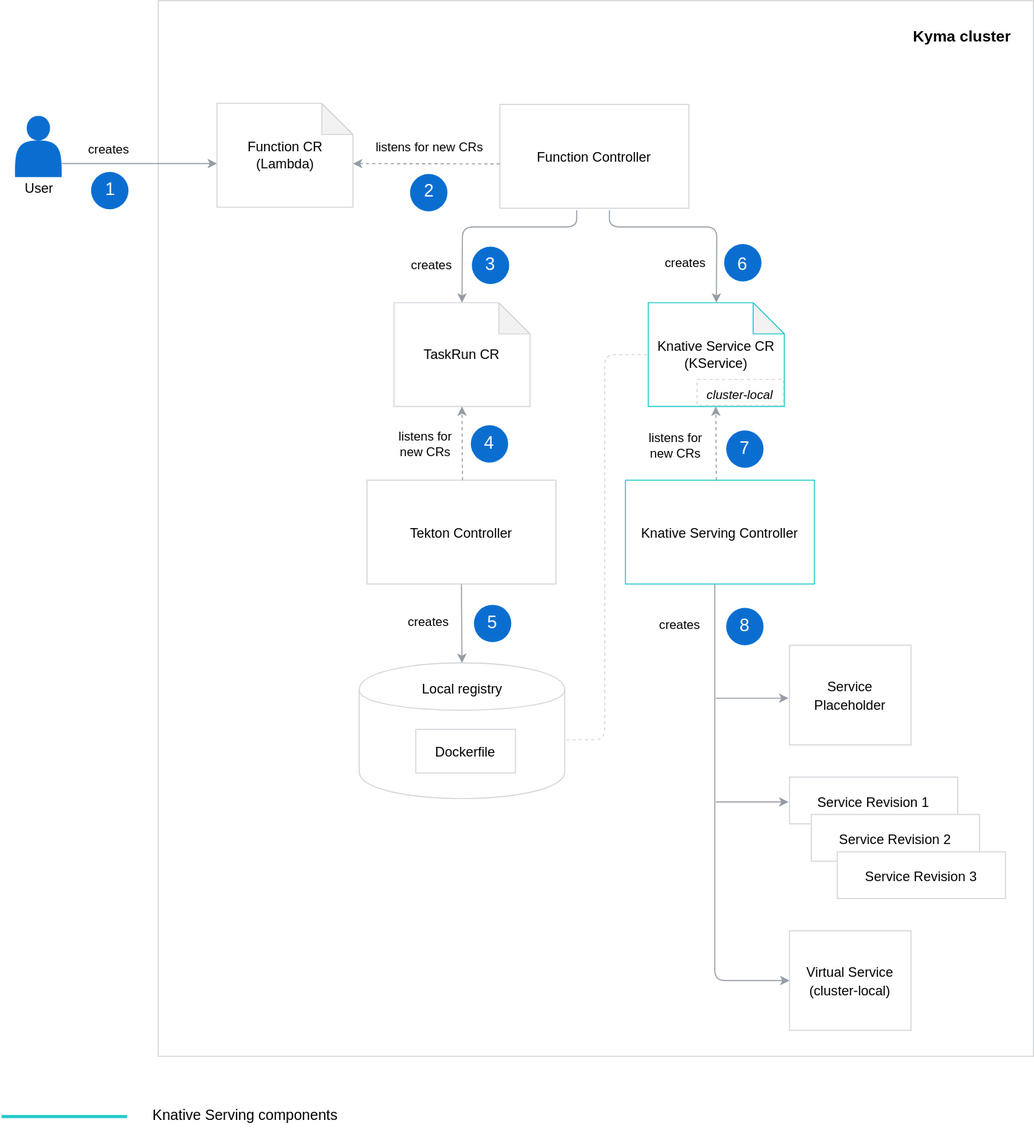
kyma-project/kyma keeps this draw.io diagram as docs/serverless-v2/assets/serverless-v2-architecture.svg. Above is the earlier version. Source tidied: cells renumbered, new cells last; positions are measured from the earlier drawing's top-left corner, leaving out a move shared by most shapes.
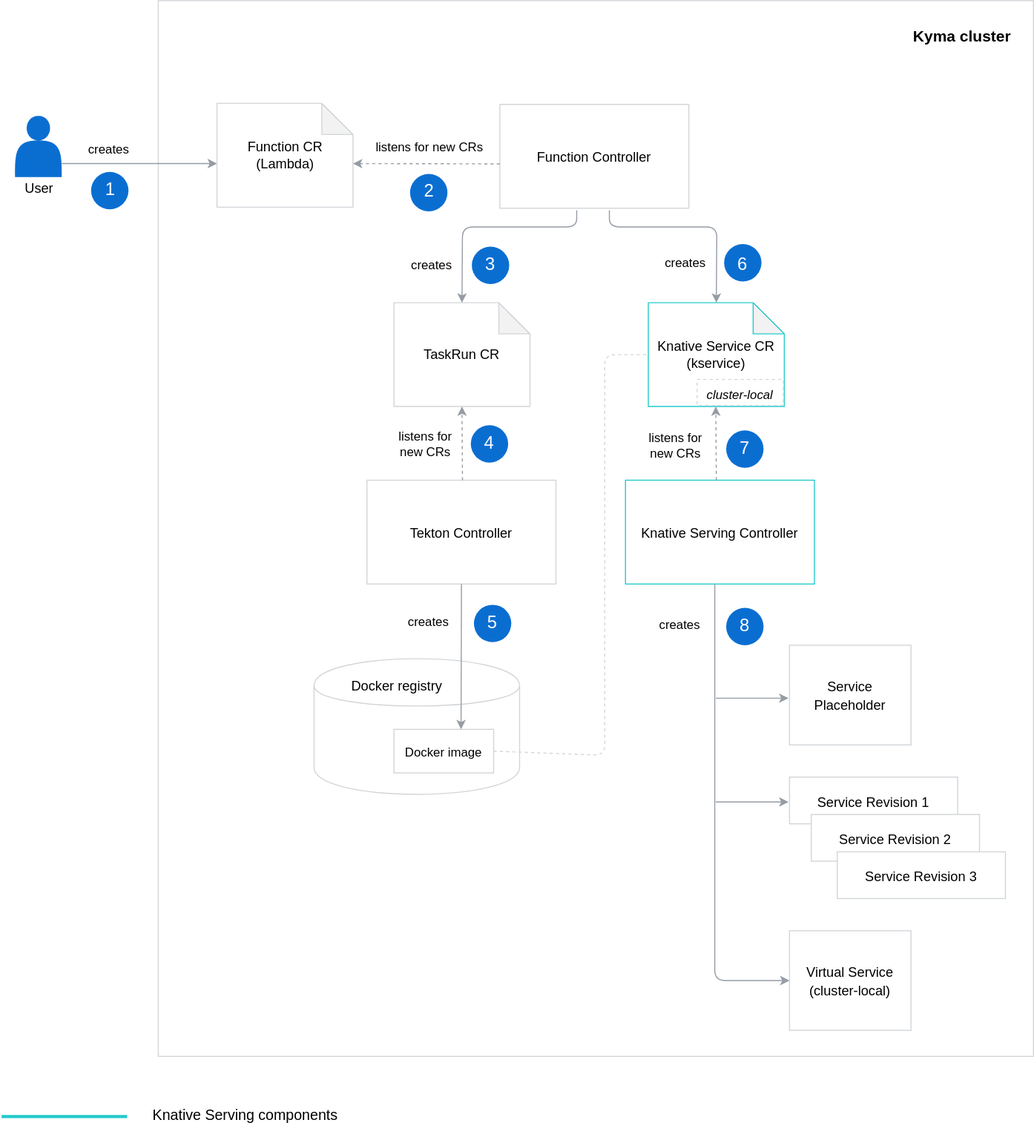
The same file after the commit.

The edit, as a diff of the source:
```diff
@@ -40,7 +40,7 @@
     <mxCell id="12" value="&lt;font style=&quot;font-size: 13px&quot;&gt;TaskRun CR&lt;/font&gt;" style="shape=note;whiteSpace=wrap;html=1;backgroundOutline=1;darkOpacity=0.05;strokeColor=#D2D5D9;" parent="1" vertex="1">
       <mxGeometry x="378" y="291" width="131" height="100" as="geometry" />
     </mxCell>
-    <mxCell id="13" value="&lt;font style=&quot;font-size: 13px&quot;&gt;Knative Service CR&lt;br&gt;(KService)&lt;/font&gt;" style="shape=note;whiteSpace=wrap;html=1;backgroundOutline=1;darkOpacity=0.05;strokeColor=#24CACC;" parent="1" vertex="1">
+    <mxCell id="13" value="&lt;font style=&quot;font-size: 13px&quot;&gt;Knative Service CR&lt;br&gt;(kservice)&lt;/font&gt;" style="shape=note;whiteSpace=wrap;html=1;backgroundOutline=1;darkOpacity=0.05;strokeColor=#24CACC;" parent="1" vertex="1">
       <mxGeometry x="623" y="291" width="131" height="100" as="geometry" />
     </mxCell>
     <mxCell id="14" style="endArrow=classic;html=1;strokeColor=#959CA4;strokeWidth=1;fontFamily=Helvetica;fontSize=15;fontColor=#000000;entryX=0.5;entryY=0;entryDx=0;entryDy=0;entryPerimeter=0;" parent="1" edge="1" target="12">
@@ -56,13 +56,13 @@
       <mxGeometry x="352" y="462" width="182" height="100" as="geometry" />
     </mxCell>
     <mxCell id="16" style="shape=cylinder;whiteSpace=wrap;html=1;boundedLbl=1;backgroundOutline=1;strokeColor=#D2D5D9;" parent="1" vertex="1">
-      <mxGeometry x="344.5" y="638" width="198" height="130.6" as="geometry" />
+      <mxGeometry x="301" y="634" width="198" height="130.6" as="geometry" />
     </mxCell>
-    <mxCell id="17" value="&lt;font style=&quot;font-size: 13px&quot;&gt;Dockerfile&lt;br&gt;&lt;/font&gt;" style="rounded=0;whiteSpace=wrap;html=1;labelBackgroundColor=none;strokeColor=#D2D5D9;strokeWidth=1;fillColor=#FFFFFF;gradientColor=none;fontFamily=Helvetica;fontSize=15;fontColor=#000000;" parent="1" vertex="1">
-      <mxGeometry x="399" y="702" width="96" height="42" as="geometry" />
+    <mxCell id="17" value="&lt;font&gt;&lt;font style=&quot;font-size: 12px&quot;&gt;Docker image&lt;/font&gt;&lt;br&gt;&lt;/font&gt;" style="rounded=0;whiteSpace=wrap;html=1;labelBackgroundColor=none;strokeColor=#D2D5D9;strokeWidth=1;fillColor=#FFFFFF;gradientColor=none;fontFamily=Helvetica;fontSize=15;fontColor=#000000;" parent="1" vertex="1">
+      <mxGeometry x="378" y="702" width="96" height="42" as="geometry" />
     </mxCell>
-    <mxCell id="18" value="&lt;font style=&quot;font-size: 13px&quot;&gt;Local registry&lt;/font&gt;" style="text;html=1;strokeColor=none;fillColor=none;align=center;verticalAlign=middle;whiteSpace=wrap;rounded=0;" parent="1" vertex="1">
-      <mxGeometry x="401" y="653" width="86" height="20" as="geometry" />
+    <mxCell id="18" value="&lt;font style=&quot;font-size: 13px&quot;&gt;Docker registry&lt;/font&gt;" style="text;html=1;strokeColor=none;fillColor=none;align=center;verticalAlign=middle;whiteSpace=wrap;rounded=0;" parent="1" vertex="1">
+      <mxGeometry x="332" y="650" width="97.5" height="20" as="geometry" />
     </mxCell>
     <mxCell id="19" value="&lt;font style=&quot;font-size: 13px&quot;&gt;Knative Serving Controller&lt;br&gt;&lt;/font&gt;" style="rounded=0;whiteSpace=wrap;html=1;labelBackgroundColor=none;strokeColor=#24CACC;strokeWidth=1;fillColor=#FFFFFF;gradientColor=none;fontFamily=Helvetica;fontSize=15;fontColor=#000000;" parent="1" vertex="1">
       <mxGeometry x="601" y="462" width="182" height="100" as="geometry" />
@@ -72,7 +72,7 @@
         <mxPoint x="444" y="462" as="sourcePoint" />
       </mxGeometry>
     </mxCell>
-    <mxCell id="21" style="endArrow=classic;html=1;strokeColor=#959CA4;strokeWidth=1;fontFamily=Helvetica;fontSize=15;fontColor=#000000;entryX=0.5;entryY=0;entryDx=0;entryDy=0;exitX=0.5;exitY=1;exitDx=0;exitDy=0;" parent="1" edge="1" source="15" target="16">
+    <mxCell id="21" style="endArrow=classic;html=1;strokeColor=#959CA4;strokeWidth=1;fontFamily=Helvetica;fontSize=15;fontColor=#000000;entryX=0.673;entryY=-0.002;entryDx=0;entryDy=0;exitX=0.5;exitY=1;exitDx=0;exitDy=0;entryPerimeter=0;" parent="1" edge="1" source="15" target="17">
       <mxGeometry relative="1" as="geometry" />
     </mxCell>
     <mxCell id="22" style="endArrow=classic;html=1;strokeColor=#959CA4;strokeWidth=1;fontFamily=Helvetica;fontSize=15;fontColor=#000000;entryX=0.5;entryY=1;entryDx=0;entryDy=0;entryPerimeter=0;dashed=1;" parent="1" edge="1">
@@ -128,11 +128,10 @@
     <mxCell id="34" style="ellipse;whiteSpace=wrap;html=1;labelBackgroundColor=none;strokeColor=none;strokeWidth=1;fillColor=#0A6ED1;gradientColor=none;fontFamily=Helvetica;fontSize=15;fontColor=#000000;" parent="1" vertex="1">
       <mxGeometry x="696" y="234.5" width="36" height="36" as="geometry" />
     </mxCell>
-    <mxCell id="35" style="endArrow=none;dashed=1;html=1;entryX=0;entryY=0.5;entryDx=0;entryDy=0;entryPerimeter=0;strokeColor=#D2D5D9;" parent="1" edge="1" target="13">
+    <mxCell id="35" style="endArrow=none;dashed=1;html=1;entryX=0;entryY=0.5;entryDx=0;entryDy=0;entryPerimeter=0;strokeColor=#D2D5D9;exitX=1;exitY=0.5;exitDx=0;exitDy=0;" parent="1" edge="1" source="17" target="13">
       <mxGeometry relative="1" as="geometry">
-        <mxPoint x="544" y="712" as="sourcePoint" />
         <Array as="points">
-          <mxPoint x="581" y="712" />
+          <mxPoint x="581" y="727" />
           <mxPoint x="581" y="341" />
         </Array>
       </mxGeometry>
```
